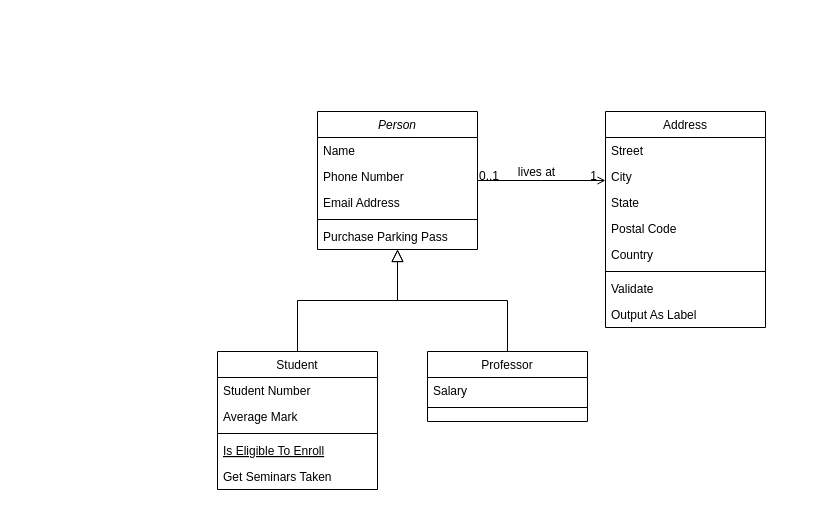
Before: Diagrama base de datos.drawio in V3nd3/FrontEnd, a draw.io diagram. Source tidied: cells renumbered, new cells numbered last; positions are measured from the earlier drawing's top-left corner, leaving out a move shared by most shapes. Both pictures are drawn from the tidied source at 100%, with x=0, y=0 at pixel (217, 111).
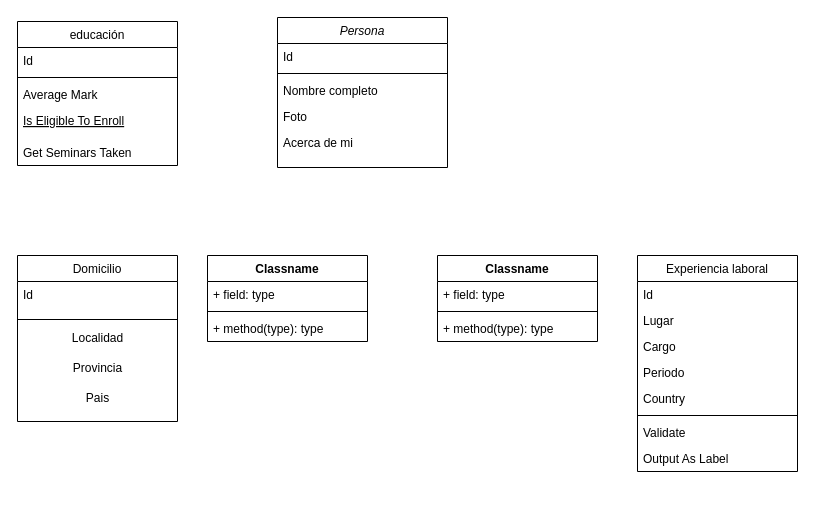
Above is the later version.

Diff of the diagram source:
```diff
@@
-    <mxCell id="2" value="Person" style="swimlane;fontStyle=2;align=center;verticalAlign=top;horizontal=1;startSize=26;rounded=0;shadow=0;strokeWidth=1;" parent="1" vertex="1">
-      <mxGeometry x="100" width="160" height="138" as="geometry" />
+    <mxCell id="2" value="Persona" style="swimlane;fontStyle=2;align=center;verticalAlign=top;horizontal=1;startSize=26;rounded=0;shadow=0;strokeWidth=1;" parent="1" vertex="1">
+      <mxGeometry x="60" y="-94" width="170" height="150" as="geometry" />
     </mxCell>
-    <mxCell id="3" value="Name" style="text;align=left;verticalAlign=top;spacingLeft=4;spacingRight=4;overflow=hidden;" parent="2" vertex="1">
-      <mxGeometry y="26" width="160" height="26" as="geometry" />
+    <mxCell id="3" value="Id" style="text;align=left;verticalAlign=top;spacingLeft=4;spacingRight=4;overflow=hidden;" parent="2" vertex="1">
+      <mxGeometry y="26" width="170" height="26" as="geometry" />
     </mxCell>
+    <mxCell id="6" style="line;html=1;strokeWidth=1;align=left;verticalAlign=middle;spacingTop=-1;spacingLeft=3;spacingRight=3;labelPosition=right;" parent="2" vertex="1">
+      <mxGeometry y="52" width="170" height="8" as="geometry" />
+    </mxCell>
-    <mxCell id="4" value="Phone Number" style="text;align=left;verticalAlign=top;spacingLeft=4;spacingRight=4;overflow=hidden;rounded=0;shadow=0;html=0;" parent="2" vertex="1">
-      <mxGeometry y="52" width="160" height="26" as="geometry" />
+    <mxCell id="4" value="Nombre completo" style="text;align=left;verticalAlign=top;spacingLeft=4;spacingRight=4;overflow=hidden;rounded=0;shadow=0;html=0;" parent="2" vertex="1">
+      <mxGeometry y="60" width="170" height="26" as="geometry" />
     </mxCell>
-    <mxCell id="5" value="Email Address" style="text;align=left;verticalAlign=top;spacingLeft=4;spacingRight=4;overflow=hidden;rounded=0;shadow=0;html=0;" parent="2" vertex="1">
-      <mxGeometry y="78" width="160" height="26" as="geometry" />
+    <mxCell id="5" value="Foto" style="text;align=left;verticalAlign=top;spacingLeft=4;spacingRight=4;overflow=hidden;rounded=0;shadow=0;html=0;" parent="2" vertex="1">
+      <mxGeometry y="86" width="170" height="26" as="geometry" />
     </mxCell>
-    <mxCell id="6" style="line;html=1;strokeWidth=1;align=left;verticalAlign=middle;spacingTop=-1;spacingLeft=3;spacingRight=3;labelPosition=right;" parent="2" vertex="1">
-      <mxGeometry y="104" width="160" height="8" as="geometry" />
-    </mxCell>
-    <mxCell id="7" value="Purchase Parking Pass" style="text;align=left;verticalAlign=top;spacingLeft=4;spacingRight=4;overflow=hidden;" parent="2" vertex="1">
-      <mxGeometry y="112" width="160" height="26" as="geometry" />
+    <mxCell id="7" value="Acerca de mi" style="text;align=left;verticalAlign=top;spacingLeft=4;spacingRight=4;overflow=hidden;" parent="2" vertex="1">
+      <mxGeometry y="112" width="170" height="28" as="geometry" />
     </mxCell>
-    <mxCell id="8" value="Student" style="swimlane;fontStyle=0;align=center;verticalAlign=top;horizontal=1;startSize=26;rounded=0;shadow=0;strokeWidth=1;" parent="1" vertex="1">
-      <mxGeometry y="240" width="160" height="138" as="geometry" />
+    <mxCell id="8" value="educación" style="swimlane;fontStyle=0;align=center;verticalAlign=top;horizontal=1;startSize=26;rounded=0;shadow=0;strokeWidth=1;" parent="1" vertex="1">
+      <mxGeometry x="-200" y="-90" width="160" height="144" as="geometry" />
     </mxCell>
-    <mxCell id="9" value="Student Number" style="text;align=left;verticalAlign=top;spacingLeft=4;spacingRight=4;overflow=hidden;" parent="8" vertex="1">
+    <mxCell id="9" value="Id" style="text;align=left;verticalAlign=top;spacingLeft=4;spacingRight=4;overflow=hidden;" parent="8" vertex="1">
       <mxGeometry y="26" width="160" height="26" as="geometry" />
     </mxCell>
+    <mxCell id="11" style="line;html=1;strokeWidth=1;align=left;verticalAlign=middle;spacingTop=-1;spacingLeft=3;spacingRight=3;labelPosition=right;" parent="8" vertex="1">
+      <mxGeometry y="52" width="160" height="8" as="geometry" />
+    </mxCell>
     <mxCell id="10" value="Average Mark" style="text;align=left;verticalAlign=top;spacingLeft=4;spacingRight=4;overflow=hidden;rounded=0;shadow=0;html=0;" parent="8" vertex="1">
-      <mxGeometry y="52" width="160" height="26" as="geometry" />
+      <mxGeometry y="60" width="160" height="26" as="geometry" />
     </mxCell>
-    <mxCell id="11" style="line;html=1;strokeWidth=1;align=left;verticalAlign=middle;spacingTop=-1;spacingLeft=3;spacingRight=3;labelPosition=right;" parent="8" vertex="1">
-      <mxGeometry y="78" width="160" height="8" as="geometry" />
-    </mxCell>
     <mxCell id="12" value="Is Eligible To Enroll" style="text;align=left;verticalAlign=top;spacingLeft=4;spacingRight=4;overflow=hidden;fontStyle=4;" parent="8" vertex="1">
-      <mxGeometry y="86" width="160" height="26" as="geometry" />
+      <mxGeometry y="86" width="160" height="32" as="geometry" />
     </mxCell>
     <mxCell id="13" value="Get Seminars Taken" style="text;align=left;verticalAlign=top;spacingLeft=4;spacingRight=4;overflow=hidden;" parent="8" vertex="1">
-      <mxGeometry y="112" width="160" height="26" as="geometry" />
+      <mxGeometry y="118" width="160" height="26" as="geometry" />
     </mxCell>
-    <mxCell id="14" style="endArrow=block;endSize=10;endFill=0;shadow=0;strokeWidth=1;rounded=0;edgeStyle=elbowEdgeStyle;elbow=vertical;" parent="1" edge="1" source="8" target="2">
-      <mxGeometry relative="1" as="geometry" />
-    </mxCell>
-    <mxCell id="15" value="Professor" style="swimlane;fontStyle=0;align=center;verticalAlign=top;horizontal=1;startSize=26;rounded=0;shadow=0;strokeWidth=1;" parent="1" vertex="1">
-      <mxGeometry x="210" y="240" width="160" height="70" as="geometry" />
+    <mxCell id="15" value="Domicilio" style="swimlane;fontStyle=0;align=center;verticalAlign=top;horizontal=1;startSize=26;rounded=0;shadow=0;strokeWidth=1;" parent="1" vertex="1">
+      <mxGeometry x="-200" y="144" width="160" height="166" as="geometry" />
     </mxCell>
-    <mxCell id="16" value="Salary" style="text;align=left;verticalAlign=top;spacingLeft=4;spacingRight=4;overflow=hidden;" parent="15" vertex="1">
-      <mxGeometry y="26" width="160" height="26" as="geometry" />
+    <mxCell id="16" value="Id" style="text;align=left;verticalAlign=top;spacingLeft=4;spacingRight=4;overflow=hidden;" parent="15" vertex="1">
+      <mxGeometry y="26" width="160" height="34" as="geometry" />
     </mxCell>
     <mxCell id="17" style="line;html=1;strokeWidth=1;align=left;verticalAlign=middle;spacingTop=-1;spacingLeft=3;spacingRight=3;labelPosition=right;" parent="15" vertex="1">
-      <mxGeometry y="52" width="160" height="8" as="geometry" />
+      <mxGeometry y="60" width="160" height="8" as="geometry" />
     </mxCell>
-    <mxCell id="18" style="endArrow=block;endSize=10;endFill=0;shadow=0;strokeWidth=1;rounded=0;edgeStyle=elbowEdgeStyle;elbow=vertical;" parent="1" edge="1" source="15" target="2">
-      <mxGeometry relative="1" as="geometry" />
-    </mxCell>
+    <mxCell id="32" value="Localidad" style="text;html=1;align=center;verticalAlign=middle;strokeColor=none;fillColor=none;" parent="15" vertex="1">
+      <mxGeometry y="68" width="160" height="30" as="geometry" />
+    </mxCell>
+    <mxCell id="33" value="Provincia" style="text;html=1;align=center;verticalAlign=middle;strokeColor=none;fillColor=none;" parent="15" vertex="1">
+      <mxGeometry y="98" width="160" height="30" as="geometry" />
+    </mxCell>
+    <mxCell id="34" value="Pais" style="text;html=1;align=center;verticalAlign=middle;strokeColor=none;fillColor=none;" parent="15" vertex="1">
+      <mxGeometry y="128" width="160" height="30" as="geometry" />
+    </mxCell>
-    <mxCell id="19" value="Address" style="swimlane;fontStyle=0;align=center;verticalAlign=top;horizontal=1;startSize=26;rounded=0;shadow=0;strokeWidth=1;" parent="1" vertex="1">
-      <mxGeometry x="388" width="160" height="216" as="geometry" />
+    <mxCell id="19" value="Experiencia laboral" style="swimlane;fontStyle=0;align=center;verticalAlign=top;horizontal=1;startSize=26;rounded=0;shadow=0;strokeWidth=1;" parent="1" vertex="1">
+      <mxGeometry x="420" y="144" width="160" height="216" as="geometry" />
     </mxCell>
-    <mxCell id="20" value="Street" style="text;align=left;verticalAlign=top;spacingLeft=4;spacingRight=4;overflow=hidden;" parent="19" vertex="1">
+    <mxCell id="20" value="Id" style="text;align=left;verticalAlign=top;spacingLeft=4;spacingRight=4;overflow=hidden;" parent="19" vertex="1">
       <mxGeometry y="26" width="160" height="26" as="geometry" />
     </mxCell>
-    <mxCell id="21" value="City" style="text;align=left;verticalAlign=top;spacingLeft=4;spacingRight=4;overflow=hidden;rounded=0;shadow=0;html=0;" parent="19" vertex="1">
+    <mxCell id="21" value="Lugar" style="text;align=left;verticalAlign=top;spacingLeft=4;spacingRight=4;overflow=hidden;rounded=0;shadow=0;html=0;" parent="19" vertex="1">
       <mxGeometry y="52" width="160" height="26" as="geometry" />
     </mxCell>
-    <mxCell id="22" value="State" style="text;align=left;verticalAlign=top;spacingLeft=4;spacingRight=4;overflow=hidden;rounded=0;shadow=0;html=0;" parent="19" vertex="1">
+    <mxCell id="22" value="Cargo" style="text;align=left;verticalAlign=top;spacingLeft=4;spacingRight=4;overflow=hidden;rounded=0;shadow=0;html=0;" parent="19" vertex="1">
       <mxGeometry y="78" width="160" height="26" as="geometry" />
     </mxCell>
-    <mxCell id="23" value="Postal Code" style="text;align=left;verticalAlign=top;spacingLeft=4;spacingRight=4;overflow=hidden;rounded=0;shadow=0;html=0;" parent="19" vertex="1">
+    <mxCell id="23" value="Periodo" style="text;align=left;verticalAlign=top;spacingLeft=4;spacingRight=4;overflow=hidden;rounded=0;shadow=0;html=0;" parent="19" vertex="1">
       <mxGeometry y="104" width="160" height="26" as="geometry" />
     </mxCell>
@@
-    <mxCell id="28" style="endArrow=open;shadow=0;strokeWidth=1;rounded=0;endFill=1;edgeStyle=elbowEdgeStyle;elbow=vertical;" parent="1" edge="1" source="2" target="19">
-      <mxGeometry x="0.5" y="41" relative="1" as="geometry">
-        <mxPoint x="-40" y="32" as="offset" />
-      </mxGeometry>
-    </mxCell>
-    <mxCell id="29" value="0..1" style="align=left;verticalAlign=bottom;labelBackgroundColor=none;fontSize=12;" parent="28" vertex="1">
-      <mxGeometry x="-1" relative="1" as="geometry">
-        <mxPoint y="4" as="offset" />
-      </mxGeometry>
-    </mxCell>
-    <mxCell id="30" value="1" style="align=right;verticalAlign=bottom;labelBackgroundColor=none;fontSize=12;" parent="28" vertex="1">
-      <mxGeometry x="1" relative="1" as="geometry">
-        <mxPoint x="-7" y="4" as="offset" />
-      </mxGeometry>
-    </mxCell>
-    <mxCell id="31" value="lives at" style="text;html=1;align=center;verticalAlign=middle;labelBackgroundColor=none;rounded=0;shadow=0;strokeWidth=1;fontSize=12;" parent="28" vertex="1">
-      <mxGeometry x="0.5" y="49" relative="1" as="geometry">
-        <mxPoint x="-38" y="40" as="offset" />
-      </mxGeometry>
-    </mxCell>
+    <mxCell id="35" value="Classname" style="swimlane;fontStyle=1;align=center;verticalAlign=top;horizontal=1;startSize=26;shadow=0;" parent="1" vertex="1">
+      <mxGeometry x="-10" y="144" width="160" height="86" as="geometry" />
+    </mxCell>
+    <mxCell id="36" value="+ field: type" style="text;strokeColor=none;fillColor=none;align=left;verticalAlign=top;spacingLeft=4;spacingRight=4;overflow=hidden;shadow=0;" parent="35" vertex="1">
+      <mxGeometry y="26" width="160" height="26" as="geometry" />
+    </mxCell>
+    <mxCell id="37" style="line;strokeWidth=1;fillColor=none;align=left;verticalAlign=middle;spacingTop=-1;spacingLeft=3;spacingRight=3;labelPosition=right;shadow=0;" parent="35" vertex="1">
+      <mxGeometry y="52" width="160" height="8" as="geometry" />
+    </mxCell>
+    <mxCell id="38" value="+ method(type): type" style="text;strokeColor=none;fillColor=none;align=left;verticalAlign=top;spacingLeft=4;spacingRight=4;overflow=hidden;shadow=0;" parent="35" vertex="1">
+      <mxGeometry y="60" width="160" height="26" as="geometry" />
+    </mxCell>
+    <mxCell id="39" value="Classname" style="swimlane;fontStyle=1;align=center;verticalAlign=top;horizontal=1;startSize=26;shadow=0;" parent="1" vertex="1">
+      <mxGeometry x="220" y="144" width="160" height="86" as="geometry" />
+    </mxCell>
+    <mxCell id="40" value="+ field: type" style="text;strokeColor=none;fillColor=none;align=left;verticalAlign=top;spacingLeft=4;spacingRight=4;overflow=hidden;shadow=0;" parent="39" vertex="1">
+      <mxGeometry y="26" width="160" height="26" as="geometry" />
+    </mxCell>
+    <mxCell id="41" style="line;strokeWidth=1;fillColor=none;align=left;verticalAlign=middle;spacingTop=-1;spacingLeft=3;spacingRight=3;labelPosition=right;shadow=0;" parent="39" vertex="1">
+      <mxGeometry y="52" width="160" height="8" as="geometry" />
+    </mxCell>
+    <mxCell id="42" value="+ method(type): type" style="text;strokeColor=none;fillColor=none;align=left;verticalAlign=top;spacingLeft=4;spacingRight=4;overflow=hidden;shadow=0;" parent="39" vertex="1">
+      <mxGeometry y="60" width="160" height="26" as="geometry" />
+    </mxCell>
```
